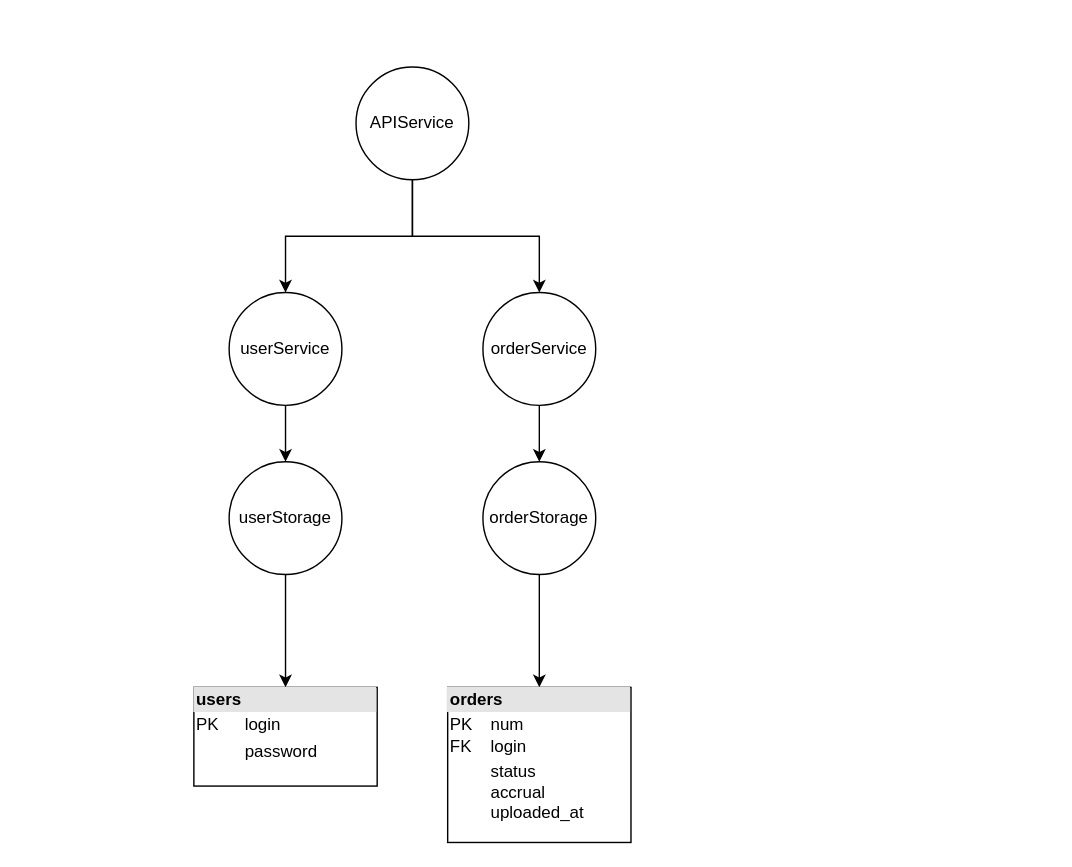
Earlier version of the draw.io diagram scheme.drawio (IlyaYP/diploma). Source tidied: cells renumbered, new cells numbered last; positions are measured from the earlier drawing's top-left corner, leaving out a move shared by most shapes. Both pictures are drawn from the tidied source at 141%, with x=0, y=0 at pixel (193, 66).
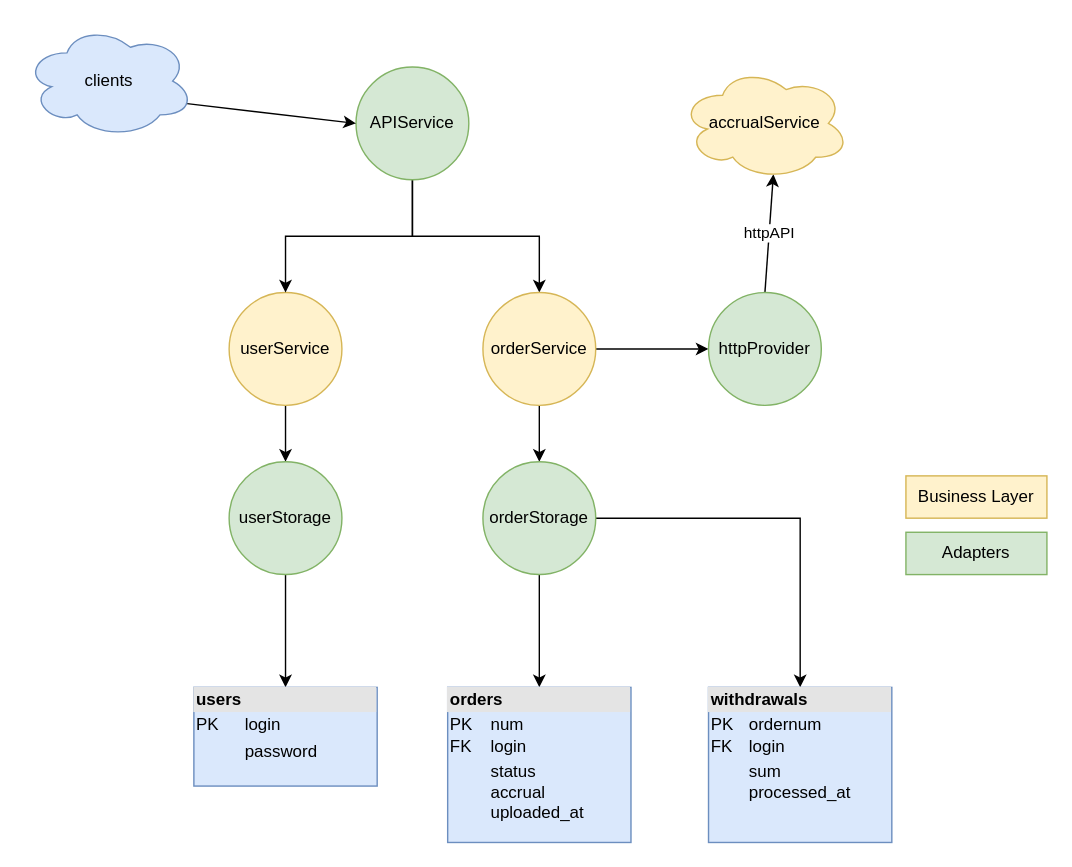
The same diagram, later.

The edit, as a diff of the source:
```diff
@@
-    <mxCell id="3" value="userService" style="ellipse;whiteSpace=wrap;html=1;" parent="1" vertex="1">
+    <mxCell id="3" value="userService" style="ellipse;whiteSpace=wrap;html=1;fillColor=#fff2cc;strokeColor=#d6b656;" parent="1" vertex="1">
       <mxGeometry x="25" y="160" width="80" height="80" as="geometry" />
     </mxCell>
@@
-    <mxCell id="5" value="userStorage" style="ellipse;whiteSpace=wrap;html=1;" parent="1" vertex="1">
+    <mxCell id="5" value="userStorage" style="ellipse;whiteSpace=wrap;html=1;fillColor=#d5e8d4;strokeColor=#82b366;" parent="1" vertex="1">
       <mxGeometry x="25" y="280" width="80" height="80" as="geometry" />
     </mxCell>
@@
-    <mxCell id="8" value="APIService" style="ellipse;whiteSpace=wrap;html=1;" parent="1" vertex="1">
+    <mxCell id="8" value="APIService" style="ellipse;whiteSpace=wrap;html=1;fillColor=#d5e8d4;strokeColor=#82b366;" parent="1" vertex="1">
       <mxGeometry x="115" width="80" height="80" as="geometry" />
     </mxCell>
-    <mxCell id="9" value="&lt;div style=&quot;box-sizing: border-box ; width: 100% ; background: #e4e4e4 ; padding: 2px&quot;&gt;&lt;b&gt;users&lt;/b&gt;&lt;/div&gt;&lt;table style=&quot;width: 100% ; font-size: 1em&quot; cellpadding=&quot;2&quot; cellspacing=&quot;0&quot;&gt;&lt;tbody&gt;&lt;tr&gt;&lt;td&gt;PK&lt;/td&gt;&lt;td&gt;login&lt;/td&gt;&lt;/tr&gt;&lt;tr&gt;&lt;td&gt;&lt;br&gt;&lt;/td&gt;&lt;td&gt;password&lt;/td&gt;&lt;/tr&gt;&lt;tr&gt;&lt;td&gt;&lt;/td&gt;&lt;td&gt;&lt;br&gt;&lt;/td&gt;&lt;/tr&gt;&lt;/tbody&gt;&lt;/table&gt;" style="verticalAlign=top;align=left;overflow=fill;html=1;" parent="1" vertex="1">
+    <mxCell id="9" value="&lt;div style=&quot;box-sizing: border-box ; width: 100% ; background: #e4e4e4 ; padding: 2px&quot;&gt;&lt;b&gt;users&lt;/b&gt;&lt;/div&gt;&lt;table style=&quot;width: 100% ; font-size: 1em&quot; cellpadding=&quot;2&quot; cellspacing=&quot;0&quot;&gt;&lt;tbody&gt;&lt;tr&gt;&lt;td&gt;PK&lt;/td&gt;&lt;td&gt;login&lt;/td&gt;&lt;/tr&gt;&lt;tr&gt;&lt;td&gt;&lt;br&gt;&lt;/td&gt;&lt;td&gt;password&lt;/td&gt;&lt;/tr&gt;&lt;tr&gt;&lt;td&gt;&lt;/td&gt;&lt;td&gt;&lt;br&gt;&lt;/td&gt;&lt;/tr&gt;&lt;/tbody&gt;&lt;/table&gt;" style="verticalAlign=top;align=left;overflow=fill;html=1;fillColor=#dae8fc;strokeColor=#6c8ebf;" parent="1" vertex="1">
       <mxGeometry y="440" width="130" height="70" as="geometry" />
     </mxCell>
@@
+    <mxCell id="15" style="edgeStyle=orthogonalEdgeStyle;rounded=0;jettySize=auto;html=1;exitX=1;exitY=0.5;exitDx=0;exitDy=0;entryX=0;entryY=0.5;entryDx=0;entryDy=0;" parent="1" edge="1" source="11" target="18">
+      <mxGeometry relative="1" as="geometry" />
+    </mxCell>
-    <mxCell id="11" value="orderService" style="ellipse;whiteSpace=wrap;html=1;" parent="1" vertex="1">
+    <mxCell id="11" value="orderService" style="ellipse;whiteSpace=wrap;html=1;fillColor=#fff2cc;strokeColor=#d6b656;" parent="1" vertex="1">
       <mxGeometry x="205" y="160" width="80" height="80" as="geometry" />
     </mxCell>
@@
+    <mxCell id="16" style="edgeStyle=orthogonalEdgeStyle;rounded=0;jettySize=auto;html=1;exitX=1;exitY=0.5;exitDx=0;exitDy=0;entryX=0.5;entryY=0;entryDx=0;entryDy=0;" parent="1" edge="1" source="13" target="19">
+      <mxGeometry relative="1" as="geometry" />
+    </mxCell>
-    <mxCell id="13" value="orderStorage" style="ellipse;whiteSpace=wrap;html=1;" parent="1" vertex="1">
+    <mxCell id="13" value="orderStorage" style="ellipse;whiteSpace=wrap;html=1;fillColor=#d5e8d4;strokeColor=#82b366;" parent="1" vertex="1">
       <mxGeometry x="205" y="280" width="80" height="80" as="geometry" />
     </mxCell>
-    <mxCell id="14" value="&lt;div style=&quot;box-sizing: border-box ; width: 100% ; background: #e4e4e4 ; padding: 2px&quot;&gt;&lt;b&gt;orders&lt;/b&gt;&lt;/div&gt;&lt;table style=&quot;width: 100% ; font-size: 1em&quot; cellpadding=&quot;2&quot; cellspacing=&quot;0&quot;&gt;&lt;tbody&gt;&lt;tr&gt;&lt;td&gt;PK&lt;br&gt;FK&lt;/td&gt;&lt;td&gt;num&lt;br&gt;login&lt;/td&gt;&lt;/tr&gt;&lt;tr&gt;&lt;td&gt;&lt;br&gt;&lt;/td&gt;&lt;td&gt;status&lt;br&gt;accrual&lt;br&gt;uploaded_at&lt;/td&gt;&lt;/tr&gt;&lt;tr&gt;&lt;td&gt;&lt;/td&gt;&lt;td&gt;&lt;br&gt;&lt;/td&gt;&lt;/tr&gt;&lt;/tbody&gt;&lt;/table&gt;" style="verticalAlign=top;align=left;overflow=fill;html=1;" parent="1" vertex="1">
+    <mxCell id="14" value="&lt;div style=&quot;box-sizing: border-box ; width: 100% ; background: #e4e4e4 ; padding: 2px&quot;&gt;&lt;b&gt;orders&lt;/b&gt;&lt;/div&gt;&lt;table style=&quot;width: 100% ; font-size: 1em&quot; cellpadding=&quot;2&quot; cellspacing=&quot;0&quot;&gt;&lt;tbody&gt;&lt;tr&gt;&lt;td&gt;PK&lt;br&gt;FK&lt;/td&gt;&lt;td&gt;num&lt;br&gt;login&lt;/td&gt;&lt;/tr&gt;&lt;tr&gt;&lt;td&gt;&lt;br&gt;&lt;/td&gt;&lt;td&gt;status&lt;br&gt;accrual&lt;br&gt;uploaded_at&lt;/td&gt;&lt;/tr&gt;&lt;tr&gt;&lt;td&gt;&lt;/td&gt;&lt;td&gt;&lt;br&gt;&lt;/td&gt;&lt;/tr&gt;&lt;/tbody&gt;&lt;/table&gt;" style="verticalAlign=top;align=left;overflow=fill;html=1;fillColor=#dae8fc;strokeColor=#6c8ebf;" parent="1" vertex="1">
       <mxGeometry x="180" y="440" width="130" height="110" as="geometry" />
     </mxCell>
+    <mxCell id="17" value="httpAPI" style="rounded=0;jettySize=auto;html=1;exitX=0.5;exitY=0;exitDx=0;exitDy=0;entryX=0.55;entryY=0.95;entryDx=0;entryDy=0;entryPerimeter=0;" parent="1" edge="1" source="18" target="20">
+      <mxGeometry relative="1" as="geometry" />
+    </mxCell>
+    <mxCell id="18" value="httpProvider" style="ellipse;whiteSpace=wrap;html=1;fillColor=#d5e8d4;strokeColor=#82b366;" parent="1" vertex="1">
+      <mxGeometry x="365" y="160" width="80" height="80" as="geometry" />
+    </mxCell>
+    <mxCell id="19" value="&lt;div style=&quot;box-sizing: border-box ; width: 100% ; background: #e4e4e4 ; padding: 2px&quot;&gt;&lt;b&gt;withdrawals&lt;/b&gt;&lt;/div&gt;&lt;table style=&quot;width: 100% ; font-size: 1em&quot; cellpadding=&quot;2&quot; cellspacing=&quot;0&quot;&gt;&lt;tbody&gt;&lt;tr&gt;&lt;td&gt;PK&lt;br&gt;FK&lt;/td&gt;&lt;td&gt;ordernum&lt;br&gt;login&lt;/td&gt;&lt;/tr&gt;&lt;tr&gt;&lt;td&gt;&lt;br&gt;&lt;/td&gt;&lt;td&gt;sum&lt;br&gt;processed_at&lt;/td&gt;&lt;/tr&gt;&lt;tr&gt;&lt;td&gt;&lt;/td&gt;&lt;td&gt;&lt;br&gt;&lt;/td&gt;&lt;/tr&gt;&lt;/tbody&gt;&lt;/table&gt;" style="verticalAlign=top;align=left;overflow=fill;html=1;fillColor=#dae8fc;strokeColor=#6c8ebf;" parent="1" vertex="1">
+      <mxGeometry x="365" y="440" width="130" height="110" as="geometry" />
+    </mxCell>
+    <mxCell id="20" value="&lt;span&gt;accrualService&lt;/span&gt;" style="ellipse;shape=cloud;whiteSpace=wrap;html=1;fillColor=#fff2cc;strokeColor=#d6b656;" parent="1" vertex="1">
+      <mxGeometry x="345" width="120" height="80" as="geometry" />
+    </mxCell>
+    <mxCell id="21" style="edgeStyle=none;rounded=0;jettySize=auto;html=1;exitX=0.96;exitY=0.7;exitDx=0;exitDy=0;exitPerimeter=0;entryX=0;entryY=0.5;entryDx=0;entryDy=0;" parent="1" edge="1" source="22" target="8">
+      <mxGeometry relative="1" as="geometry" />
+    </mxCell>
+    <mxCell id="22" value="clients" style="ellipse;shape=cloud;whiteSpace=wrap;html=1;fillColor=#dae8fc;strokeColor=#6c8ebf;" parent="1" vertex="1">
+      <mxGeometry x="-120" y="-30" width="120" height="80" as="geometry" />
+    </mxCell>
+    <mxCell id="23" value="Business Layer" style="rounded=0;whiteSpace=wrap;html=1;fillColor=#fff2cc;strokeColor=#d6b656;" parent="1" vertex="1">
+      <mxGeometry x="505" y="290" width="100" height="30" as="geometry" />
+    </mxCell>
+    <mxCell id="24" value="Adapters" style="rounded=0;whiteSpace=wrap;html=1;fillColor=#d5e8d4;strokeColor=#82b366;" parent="1" vertex="1">
+      <mxGeometry x="505" y="330" width="100" height="30" as="geometry" />
+    </mxCell>
```
